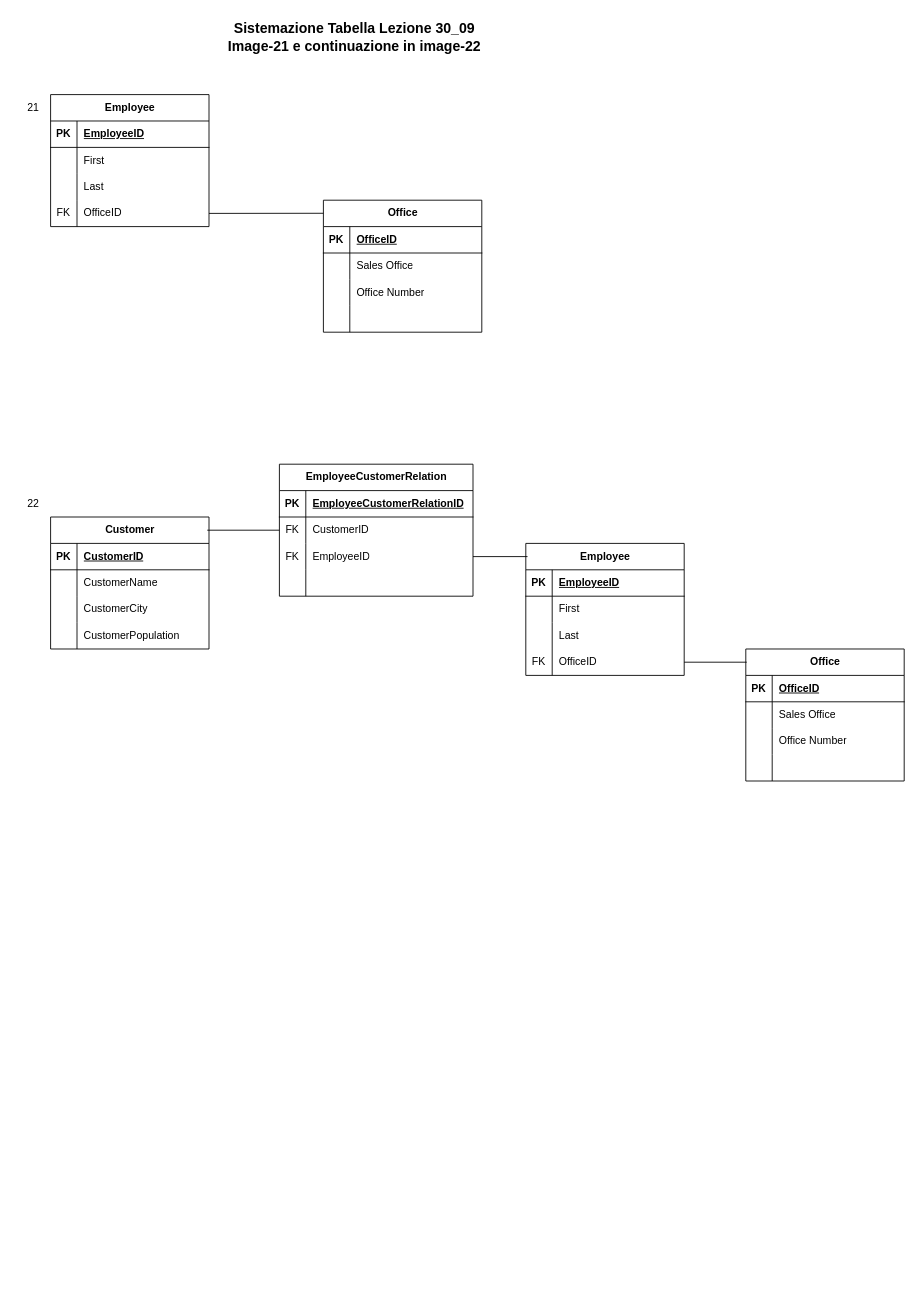
Above: SteveJobs/DATA MANAGEMENT/sistemazione_tabella.dio in DavideDamico/ITS-Steve-Jobs (draw.io), before the change. Source tidied: cells renumbered, new cells numbered last; positions are measured from the earlier drawing's top-left corner, leaving out a move shared by most shapes. Both pictures are drawn from the tidied source at 88%, with x=0, y=0 at pixel (15, 15).
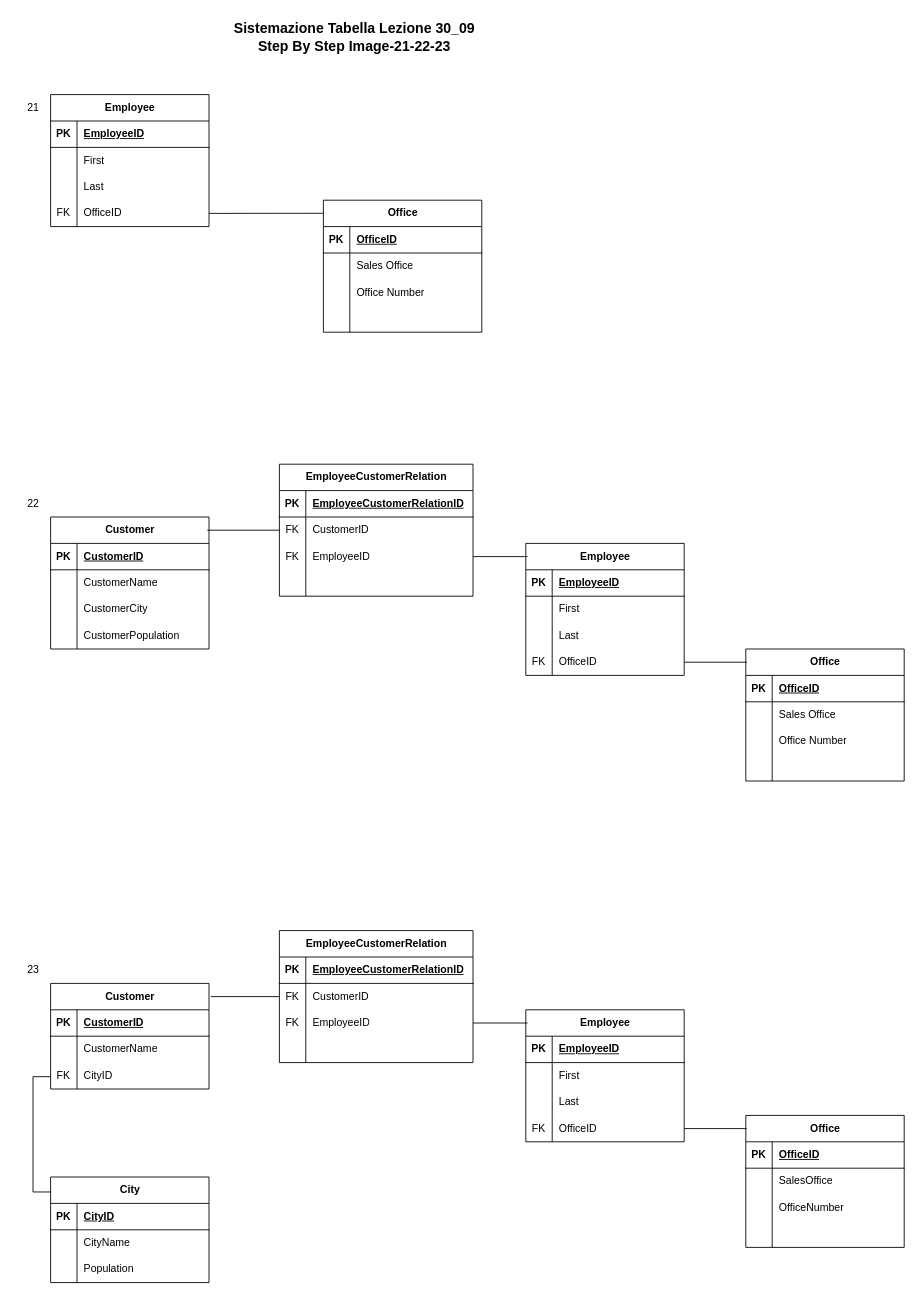
The same diagram, later.

Commit message (it also covers changes not shown here):
Continuazione normalizzazione e trasformazione in tabella di pizzeria

Diff of the diagram source:
```diff
@@
-    <mxCell id="29" value="&lt;b&gt;&lt;font style=&quot;font-size: 16px;&quot;&gt;Sistemazione Tabella Lezione 30_09&lt;/font&gt;&lt;/b&gt;&lt;div&gt;&lt;b&gt;&lt;font style=&quot;font-size: 16px;&quot;&gt;Image-21 e continuazione in image-22&lt;/font&gt;&lt;/b&gt;&lt;/div&gt;" style="text;html=1;align=center;verticalAlign=middle;strokeColor=none;fillColor=none;" parent="1" vertex="1">
-      <mxGeometry x="230" width="310" height="50" as="geometry" />
+    <mxCell id="29" value="&lt;b&gt;&lt;font style=&quot;font-size: 16px;&quot;&gt;Sistemazione Tabella Lezione 30_09&lt;/font&gt;&lt;/b&gt;&lt;div&gt;&lt;b&gt;&lt;font style=&quot;font-size: 16px;&quot;&gt;Step By Step Image-21-22-23&lt;/font&gt;&lt;/b&gt;&lt;/div&gt;" style="text;html=1;align=center;verticalAlign=middle;strokeColor=none;fillColor=none;" parent="1" vertex="1">
+      <mxGeometry x="235" width="300" height="50" as="geometry" />
     </mxCell>
@@
+    <mxCell id="87" value="Customer" style="shape=table;startSize=30;childLayout=tableLayout;rowLines=0;fontStyle=1;align=center;html=1;" parent="1" vertex="1">
+      <mxGeometry x="40" y="1100" width="180" height="120" as="geometry" />
+    </mxCell>
+    <mxCell id="88" style="shape=tableRow;horizontal=0;startSize=0;swimlaneHead=0;swimlaneBody=0;fillColor=none;top=0;left=0;right=0;bottom=1;" parent="87" vertex="1">
+      <mxGeometry y="30" width="180" height="30" as="geometry" />
+    </mxCell>
+    <mxCell id="89" value="PK" style="shape=partialRectangle;fillColor=none;top=0;left=0;bottom=0;right=0;fontStyle=1;overflow=hidden;whiteSpace=wrap;html=1;" parent="88" vertex="1">
+      <mxGeometry width="30" height="30" as="geometry" />
+    </mxCell>
+    <mxCell id="90" value="CustomerID" style="shape=partialRectangle;fillColor=none;top=0;left=0;bottom=0;right=0;align=left;spacingLeft=6;fontStyle=5;overflow=hidden;whiteSpace=wrap;html=1;" parent="88" vertex="1">
+      <mxGeometry x="30" width="150" height="30" as="geometry" />
+    </mxCell>
+    <mxCell id="91" style="shape=tableRow;horizontal=0;startSize=0;swimlaneHead=0;swimlaneBody=0;fillColor=none;top=0;left=0;right=0;bottom=0;" parent="87" vertex="1">
+      <mxGeometry y="60" width="180" height="30" as="geometry" />
+    </mxCell>
+    <mxCell id="92" style="shape=partialRectangle;fillColor=none;top=0;left=0;bottom=0;right=0;overflow=hidden;whiteSpace=wrap;html=1;" parent="91" vertex="1">
+      <mxGeometry width="30" height="30" as="geometry" />
+    </mxCell>
+    <mxCell id="93" value="CustomerName" style="shape=partialRectangle;fillColor=none;top=0;left=0;bottom=0;right=0;align=left;spacingLeft=6;overflow=hidden;whiteSpace=wrap;html=1;" parent="91" vertex="1">
+      <mxGeometry x="30" width="150" height="30" as="geometry" />
+    </mxCell>
+    <mxCell id="94" style="shape=tableRow;horizontal=0;startSize=0;swimlaneHead=0;swimlaneBody=0;fillColor=none;points=[[0,0.5],[1,0.5]];portConstraint=eastwest;top=0;left=0;right=0;bottom=0;" parent="87" vertex="1">
+      <mxGeometry y="90" width="180" height="30" as="geometry" />
+    </mxCell>
+    <mxCell id="95" value="FK" style="shape=partialRectangle;fillColor=none;top=0;left=0;bottom=0;right=0;overflow=hidden;whiteSpace=wrap;html=1;" parent="94" vertex="1">
+      <mxGeometry width="30" height="30" as="geometry" />
+    </mxCell>
+    <mxCell id="96" value="CityID" style="shape=partialRectangle;fillColor=none;top=0;left=0;bottom=0;right=0;align=left;spacingLeft=6;overflow=hidden;whiteSpace=wrap;html=1;" parent="94" vertex="1">
+      <mxGeometry x="30" width="150" height="30" as="geometry" />
+    </mxCell>
+    <mxCell id="97" value="Employee" style="shape=table;startSize=30;childLayout=tableLayout;rowLines=0;fontStyle=1;align=center;html=1;" parent="1" vertex="1">
+      <mxGeometry x="580" y="1130" width="180" height="150" as="geometry" />
+    </mxCell>
+    <mxCell id="98" style="shape=tableRow;horizontal=0;startSize=0;swimlaneHead=0;swimlaneBody=0;fillColor=none;top=0;left=0;right=0;bottom=1;" parent="97" vertex="1">
+      <mxGeometry y="30" width="180" height="30" as="geometry" />
+    </mxCell>
+    <mxCell id="99" value="PK" style="shape=partialRectangle;fillColor=none;top=0;left=0;bottom=0;right=0;fontStyle=1;overflow=hidden;whiteSpace=wrap;html=1;" parent="98" vertex="1">
+      <mxGeometry width="30" height="30" as="geometry" />
+    </mxCell>
+    <mxCell id="100" value="EmployeeID" style="shape=partialRectangle;fillColor=none;top=0;left=0;bottom=0;right=0;align=left;spacingLeft=6;fontStyle=5;overflow=hidden;whiteSpace=wrap;html=1;" parent="98" vertex="1">
+      <mxGeometry x="30" width="150" height="30" as="geometry" />
+    </mxCell>
+    <mxCell id="101" style="shape=tableRow;horizontal=0;startSize=0;swimlaneHead=0;swimlaneBody=0;fillColor=none;top=0;left=0;right=0;bottom=0;" parent="97" vertex="1">
+      <mxGeometry y="60" width="180" height="30" as="geometry" />
+    </mxCell>
+    <mxCell id="102" style="shape=partialRectangle;fillColor=none;top=0;left=0;bottom=0;right=0;overflow=hidden;whiteSpace=wrap;html=1;" parent="101" vertex="1">
+      <mxGeometry width="30" height="30" as="geometry" />
+    </mxCell>
+    <mxCell id="103" value="First&amp;nbsp;" style="shape=partialRectangle;fillColor=none;top=0;left=0;bottom=0;right=0;align=left;spacingLeft=6;overflow=hidden;whiteSpace=wrap;html=1;" parent="101" vertex="1">
+      <mxGeometry x="30" width="150" height="30" as="geometry" />
+    </mxCell>
+    <mxCell id="104" style="shape=tableRow;horizontal=0;startSize=0;swimlaneHead=0;swimlaneBody=0;fillColor=none;top=0;left=0;right=0;bottom=0;" parent="97" vertex="1">
+      <mxGeometry y="90" width="180" height="30" as="geometry" />
+    </mxCell>
+    <mxCell id="105" style="shape=partialRectangle;fillColor=none;top=0;left=0;bottom=0;right=0;overflow=hidden;whiteSpace=wrap;html=1;" parent="104" vertex="1">
+      <mxGeometry width="30" height="30" as="geometry" />
+    </mxCell>
+    <mxCell id="106" value="Last" style="shape=partialRectangle;fillColor=none;top=0;left=0;bottom=0;right=0;align=left;spacingLeft=6;overflow=hidden;whiteSpace=wrap;html=1;" parent="104" vertex="1">
+      <mxGeometry x="30" width="150" height="30" as="geometry" />
+    </mxCell>
+    <mxCell id="107" style="shape=tableRow;horizontal=0;startSize=0;swimlaneHead=0;swimlaneBody=0;fillColor=none;points=[[0,0.5],[1,0.5]];portConstraint=eastwest;top=0;left=0;right=0;bottom=0;" parent="97" vertex="1">
+      <mxGeometry y="120" width="180" height="30" as="geometry" />
+    </mxCell>
+    <mxCell id="108" value="FK" style="shape=partialRectangle;fillColor=none;top=0;left=0;bottom=0;right=0;overflow=hidden;whiteSpace=wrap;html=1;" parent="107" vertex="1">
+      <mxGeometry width="30" height="30" as="geometry" />
+    </mxCell>
+    <mxCell id="109" value="OfficeID" style="shape=partialRectangle;fillColor=none;top=0;left=0;bottom=0;right=0;align=left;spacingLeft=6;overflow=hidden;whiteSpace=wrap;html=1;" parent="107" vertex="1">
+      <mxGeometry x="30" width="150" height="30" as="geometry" />
+    </mxCell>
+    <mxCell id="110" value="23" style="text;html=1;align=center;verticalAlign=middle;strokeColor=none;fillColor=none;" parent="1" vertex="1">
+      <mxGeometry y="1070" width="40" height="30" as="geometry" />
+    </mxCell>
+    <mxCell id="111" value="EmployeeCustomerRelation" style="shape=table;startSize=30;childLayout=tableLayout;rowLines=0;fontStyle=1;align=center;html=1;" parent="1" vertex="1">
+      <mxGeometry x="300" y="1040" width="220" height="150" as="geometry" />
+    </mxCell>
+    <mxCell id="112" style="shape=tableRow;horizontal=0;startSize=0;swimlaneHead=0;swimlaneBody=0;fillColor=none;top=0;left=0;right=0;bottom=1;" parent="111" vertex="1">
+      <mxGeometry y="30" width="220" height="30" as="geometry" />
+    </mxCell>
+    <mxCell id="113" value="PK" style="shape=partialRectangle;fillColor=none;top=0;left=0;bottom=0;right=0;fontStyle=1;overflow=hidden;whiteSpace=wrap;html=1;" parent="112" vertex="1">
+      <mxGeometry width="30" height="30" as="geometry" />
+    </mxCell>
+    <mxCell id="114" value="EmployeeCustomerRelationID" style="shape=partialRectangle;fillColor=none;top=0;left=0;bottom=0;right=0;align=left;spacingLeft=6;fontStyle=5;overflow=hidden;whiteSpace=wrap;html=1;" parent="112" vertex="1">
+      <mxGeometry x="30" width="190" height="30" as="geometry" />
+    </mxCell>
+    <mxCell id="115" style="shape=tableRow;horizontal=0;startSize=0;swimlaneHead=0;swimlaneBody=0;fillColor=none;points=[[0,0.5],[1,0.5]];portConstraint=eastwest;top=0;left=0;right=0;bottom=0;" parent="111" vertex="1">
+      <mxGeometry y="60" width="220" height="30" as="geometry" />
+    </mxCell>
+    <mxCell id="116" value="FK" style="shape=partialRectangle;fillColor=none;top=0;left=0;bottom=0;right=0;overflow=hidden;whiteSpace=wrap;html=1;" parent="115" vertex="1">
+      <mxGeometry width="30" height="30" as="geometry" />
+    </mxCell>
+    <mxCell id="117" value="CustomerID" style="shape=partialRectangle;fillColor=none;top=0;left=0;bottom=0;right=0;align=left;spacingLeft=6;overflow=hidden;whiteSpace=wrap;html=1;" parent="115" vertex="1">
+      <mxGeometry x="30" width="190" height="30" as="geometry" />
+    </mxCell>
+    <mxCell id="118" style="shape=tableRow;horizontal=0;startSize=0;swimlaneHead=0;swimlaneBody=0;fillColor=none;points=[[0,0.5],[1,0.5]];portConstraint=eastwest;top=0;left=0;right=0;bottom=0;" parent="111" vertex="1">
+      <mxGeometry y="90" width="220" height="30" as="geometry" />
+    </mxCell>
+    <mxCell id="119" value="FK" style="shape=partialRectangle;fillColor=none;top=0;left=0;bottom=0;right=0;overflow=hidden;whiteSpace=wrap;html=1;" parent="118" vertex="1">
+      <mxGeometry width="30" height="30" as="geometry" />
+    </mxCell>
+    <mxCell id="120" value="EmployeeID" style="shape=partialRectangle;fillColor=none;top=0;left=0;bottom=0;right=0;align=left;spacingLeft=6;overflow=hidden;whiteSpace=wrap;html=1;" parent="118" vertex="1">
+      <mxGeometry x="30" width="190" height="30" as="geometry" />
+    </mxCell>
+    <mxCell id="121" style="shape=tableRow;horizontal=0;startSize=0;swimlaneHead=0;swimlaneBody=0;fillColor=none;top=0;left=0;right=0;bottom=0;" parent="111" vertex="1">
+      <mxGeometry y="120" width="220" height="30" as="geometry" />
+    </mxCell>
+    <mxCell id="122" style="shape=partialRectangle;fillColor=none;top=0;left=0;bottom=0;right=0;overflow=hidden;whiteSpace=wrap;html=1;" parent="121" vertex="1">
+      <mxGeometry width="30" height="30" as="geometry" />
+    </mxCell>
+    <mxCell id="123" style="shape=partialRectangle;fillColor=none;top=0;left=0;bottom=0;right=0;align=left;spacingLeft=6;overflow=hidden;whiteSpace=wrap;html=1;" parent="121" vertex="1">
+      <mxGeometry x="30" width="190" height="30" as="geometry" />
+    </mxCell>
+    <mxCell id="124" style="endArrow=none;html=1;rounded=0;entryX=0;entryY=0.5;entryDx=0;entryDy=0;" parent="1" edge="1" target="115">
+      <mxGeometry relative="1" as="geometry">
+        <mxPoint x="222" y="1115" as="sourcePoint" />
+      </mxGeometry>
+    </mxCell>
+    <mxCell id="125" style="endArrow=none;html=1;rounded=0;exitX=1;exitY=0.5;exitDx=0;exitDy=0;entryX=0.011;entryY=0.1;entryDx=0;entryDy=0;entryPerimeter=0;" parent="1" edge="1" source="118" target="97">
+      <mxGeometry relative="1" as="geometry" />
+    </mxCell>
+    <mxCell id="126" value="Office" style="shape=table;startSize=30;childLayout=tableLayout;rowLines=0;fontStyle=1;align=center;html=1;" parent="1" vertex="1">
+      <mxGeometry x="830" y="1250" width="180" height="150" as="geometry" />
+    </mxCell>
+    <mxCell id="127" style="shape=tableRow;horizontal=0;startSize=0;swimlaneHead=0;swimlaneBody=0;fillColor=none;top=0;left=0;right=0;bottom=1;" parent="126" vertex="1">
+      <mxGeometry y="30" width="180" height="30" as="geometry" />
+    </mxCell>
+    <mxCell id="128" value="PK" style="shape=partialRectangle;fillColor=none;top=0;left=0;bottom=0;right=0;fontStyle=1;overflow=hidden;whiteSpace=wrap;html=1;" parent="127" vertex="1">
+      <mxGeometry width="30" height="30" as="geometry" />
+    </mxCell>
+    <mxCell id="129" value="OfficeID" style="shape=partialRectangle;fillColor=none;top=0;left=0;bottom=0;right=0;align=left;spacingLeft=6;fontStyle=5;overflow=hidden;whiteSpace=wrap;html=1;" parent="127" vertex="1">
+      <mxGeometry x="30" width="150" height="30" as="geometry" />
+    </mxCell>
+    <mxCell id="130" style="shape=tableRow;horizontal=0;startSize=0;swimlaneHead=0;swimlaneBody=0;fillColor=none;top=0;left=0;right=0;bottom=0;" parent="126" vertex="1">
+      <mxGeometry y="60" width="180" height="30" as="geometry" />
+    </mxCell>
+    <mxCell id="131" style="shape=partialRectangle;fillColor=none;top=0;left=0;bottom=0;right=0;overflow=hidden;whiteSpace=wrap;html=1;" parent="130" vertex="1">
+      <mxGeometry width="30" height="30" as="geometry" />
+    </mxCell>
+    <mxCell id="132" value="SalesOffice" style="shape=partialRectangle;fillColor=none;top=0;left=0;bottom=0;right=0;align=left;spacingLeft=6;overflow=hidden;whiteSpace=wrap;html=1;" parent="130" vertex="1">
+      <mxGeometry x="30" width="150" height="30" as="geometry" />
+    </mxCell>
+    <mxCell id="133" style="shape=tableRow;horizontal=0;startSize=0;swimlaneHead=0;swimlaneBody=0;fillColor=none;top=0;left=0;right=0;bottom=0;" parent="126" vertex="1">
+      <mxGeometry y="90" width="180" height="30" as="geometry" />
+    </mxCell>
+    <mxCell id="134" style="shape=partialRectangle;fillColor=none;top=0;left=0;bottom=0;right=0;overflow=hidden;whiteSpace=wrap;html=1;" parent="133" vertex="1">
+      <mxGeometry width="30" height="30" as="geometry" />
+    </mxCell>
+    <mxCell id="135" value="OfficeNumber" style="shape=partialRectangle;fillColor=none;top=0;left=0;bottom=0;right=0;align=left;spacingLeft=6;overflow=hidden;whiteSpace=wrap;html=1;" parent="133" vertex="1">
+      <mxGeometry x="30" width="150" height="30" as="geometry" />
+    </mxCell>
+    <mxCell id="136" style="shape=tableRow;horizontal=0;startSize=0;swimlaneHead=0;swimlaneBody=0;fillColor=none;top=0;left=0;right=0;bottom=0;" parent="126" vertex="1">
+      <mxGeometry y="120" width="180" height="30" as="geometry" />
+    </mxCell>
+    <mxCell id="137" style="shape=partialRectangle;fillColor=none;top=0;left=0;bottom=0;right=0;overflow=hidden;whiteSpace=wrap;html=1;" parent="136" vertex="1">
+      <mxGeometry width="30" height="30" as="geometry" />
+    </mxCell>
+    <mxCell id="138" style="shape=partialRectangle;fillColor=none;top=0;left=0;bottom=0;right=0;align=left;spacingLeft=6;overflow=hidden;whiteSpace=wrap;html=1;" parent="136" vertex="1">
+      <mxGeometry x="30" width="150" height="30" as="geometry" />
+    </mxCell>
+    <mxCell id="139" style="endArrow=none;html=1;rounded=0;exitX=1;exitY=0.5;exitDx=0;exitDy=0;entryX=0.006;entryY=0.1;entryDx=0;entryDy=0;entryPerimeter=0;" parent="1" edge="1" source="107" target="126">
+      <mxGeometry relative="1" as="geometry" />
+    </mxCell>
+    <mxCell id="140" value="City" style="shape=table;startSize=30;childLayout=tableLayout;rowLines=0;fontStyle=1;align=center;html=1;" parent="1" vertex="1">
+      <mxGeometry x="40" y="1320" width="180" height="120" as="geometry" />
+    </mxCell>
+    <mxCell id="141" style="shape=tableRow;horizontal=0;startSize=0;swimlaneHead=0;swimlaneBody=0;fillColor=none;top=0;left=0;right=0;bottom=1;" parent="140" vertex="1">
+      <mxGeometry y="30" width="180" height="30" as="geometry" />
+    </mxCell>
+    <mxCell id="142" value="PK" style="shape=partialRectangle;fillColor=none;top=0;left=0;bottom=0;right=0;fontStyle=1;overflow=hidden;whiteSpace=wrap;html=1;" parent="141" vertex="1">
+      <mxGeometry width="30" height="30" as="geometry" />
+    </mxCell>
+    <mxCell id="143" value="CityID" style="shape=partialRectangle;fillColor=none;top=0;left=0;bottom=0;right=0;align=left;spacingLeft=6;fontStyle=5;overflow=hidden;whiteSpace=wrap;html=1;" parent="141" vertex="1">
+      <mxGeometry x="30" width="150" height="30" as="geometry" />
+    </mxCell>
+    <mxCell id="144" style="shape=tableRow;horizontal=0;startSize=0;swimlaneHead=0;swimlaneBody=0;fillColor=none;top=0;left=0;right=0;bottom=0;" parent="140" vertex="1">
+      <mxGeometry y="60" width="180" height="30" as="geometry" />
+    </mxCell>
+    <mxCell id="145" style="shape=partialRectangle;fillColor=none;top=0;left=0;bottom=0;right=0;overflow=hidden;whiteSpace=wrap;html=1;" parent="144" vertex="1">
+      <mxGeometry width="30" height="30" as="geometry" />
+    </mxCell>
+    <mxCell id="146" value="CityName" style="shape=partialRectangle;fillColor=none;top=0;left=0;bottom=0;right=0;align=left;spacingLeft=6;overflow=hidden;whiteSpace=wrap;html=1;" parent="144" vertex="1">
+      <mxGeometry x="30" width="150" height="30" as="geometry" />
+    </mxCell>
+    <mxCell id="147" style="shape=tableRow;horizontal=0;startSize=0;swimlaneHead=0;swimlaneBody=0;fillColor=none;top=0;left=0;right=0;bottom=0;" parent="140" vertex="1">
+      <mxGeometry y="90" width="180" height="30" as="geometry" />
+    </mxCell>
+    <mxCell id="148" style="shape=partialRectangle;fillColor=none;top=0;left=0;bottom=0;right=0;overflow=hidden;whiteSpace=wrap;html=1;" parent="147" vertex="1">
+      <mxGeometry width="30" height="30" as="geometry" />
+    </mxCell>
+    <mxCell id="149" value="Population" style="shape=partialRectangle;fillColor=none;top=0;left=0;bottom=0;right=0;align=left;spacingLeft=6;overflow=hidden;whiteSpace=wrap;html=1;" parent="147" vertex="1">
+      <mxGeometry x="30" width="150" height="30" as="geometry" />
+    </mxCell>
+    <mxCell id="150" style="endArrow=none;html=1;rounded=0;exitX=0;exitY=0.5;exitDx=0;exitDy=0;entryX=0.001;entryY=0.142;entryDx=0;entryDy=0;edgeStyle=orthogonalEdgeStyle;entryPerimeter=0;" parent="1" edge="1" source="94" target="140">
+      <mxGeometry relative="1" as="geometry">
+        <Array as="points">
+          <mxPoint x="20" y="1206" />
+          <mxPoint x="20" y="1337" />
+        </Array>
+      </mxGeometry>
+    </mxCell>
```
